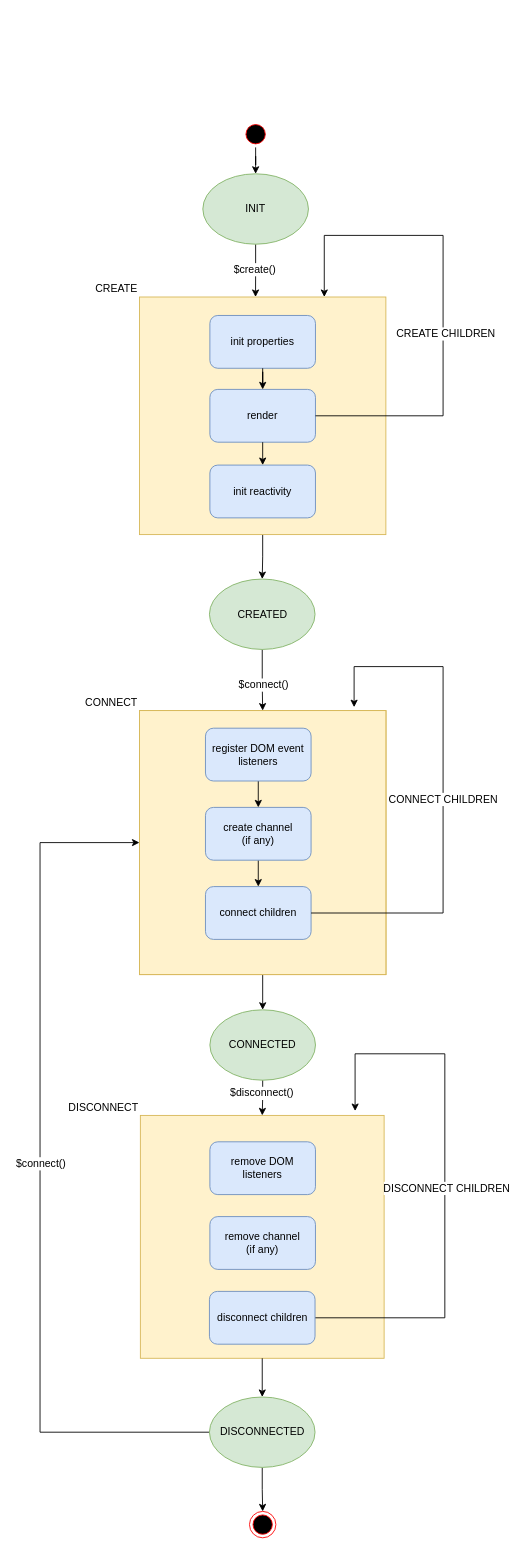
bstefanescu/qutejs keeps this draw.io diagram as web/doc/docs/qute.drawio. Above is the earlier version. Source tidied: cells renumbered, new cells numbered last; positions are measured from the earlier drawing's top-left corner, leaving out a move shared by most shapes. Both pictures are drawn from the tidied source at 88%, with x=0, y=0 at pixel (40, 121).
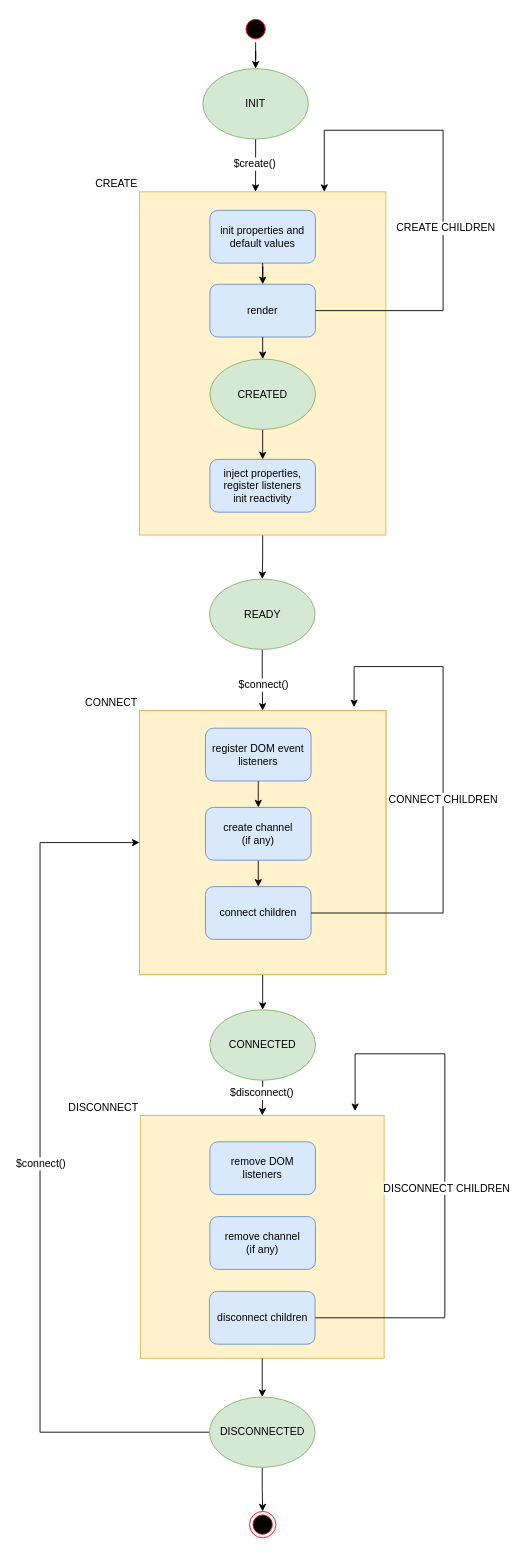
After the change.

What changed in the source:
```diff
@@
     <mxCell id="4" style="ellipse;html=1;shape=startState;fillColor=#000000;strokeColor=#ff0000;" parent="1" vertex="1">
-      <mxGeometry x="230" width="30" height="30" as="geometry" />
+      <mxGeometry x="230" y="-119.5" width="30" height="30" as="geometry" />
     </mxCell>
@@
-    <mxCell id="7" value="CREATED" style="ellipse;whiteSpace=wrap;html=1;fillColor=#d5e8d4;strokeColor=#82b366;" parent="1" vertex="1">
+    <mxCell id="7" value="READY" style="ellipse;whiteSpace=wrap;html=1;fillColor=#d5e8d4;strokeColor=#82b366;" parent="1" vertex="1">
       <mxGeometry x="192.5" y="520.5" width="120" height="80" as="geometry" />
     </mxCell>
@@
     <mxCell id="15" value="INIT" style="ellipse;whiteSpace=wrap;html=1;labelBackgroundColor=none;fillColor=#d5e8d4;strokeColor=#82b366;" parent="1" vertex="1">
-      <mxGeometry x="185" y="60" width="120" height="80" as="geometry" />
+      <mxGeometry x="185" y="-59.5" width="120" height="80" as="geometry" />
     </mxCell>
     <mxCell id="16" value="CREATE" style="rounded=0;whiteSpace=wrap;html=1;labelPosition=left;verticalLabelPosition=top;align=right;verticalAlign=bottom;fillColor=#fff2cc;strokeColor=#d6b656;" parent="1" vertex="1">
-      <mxGeometry x="113" y="200" width="280" height="270" as="geometry" />
+      <mxGeometry x="113" y="80.5" width="280" height="390" as="geometry" />
     </mxCell>
-    <mxCell id="17" value="init properties" style="rounded=1;whiteSpace=wrap;html=1;fillColor=#dae8fc;strokeColor=#6c8ebf;" parent="1" vertex="1">
-      <mxGeometry x="193" y="221" width="120" height="60" as="geometry" />
+    <mxCell id="17" value="init properties and default values" style="rounded=1;whiteSpace=wrap;html=1;fillColor=#dae8fc;strokeColor=#6c8ebf;" parent="1" vertex="1">
+      <mxGeometry x="193" y="101.5" width="120" height="60" as="geometry" />
     </mxCell>
-    <mxCell id="18" value="init reactivity" style="rounded=1;whiteSpace=wrap;html=1;fillColor=#dae8fc;strokeColor=#6c8ebf;" parent="1" vertex="1">
-      <mxGeometry x="193" y="391" width="120" height="60" as="geometry" />
+    <mxCell id="18" value="inject properties, register listeners &lt;br&gt;init reactivity" style="rounded=1;whiteSpace=wrap;html=1;fillColor=#dae8fc;strokeColor=#6c8ebf;" parent="1" vertex="1">
+      <mxGeometry x="193" y="384.5" width="120" height="60" as="geometry" />
     </mxCell>
     <mxCell id="19" value="render" style="rounded=1;whiteSpace=wrap;html=1;fillColor=#dae8fc;strokeColor=#6c8ebf;" parent="1" vertex="1">
-      <mxGeometry x="193" y="305" width="120" height="60" as="geometry" />
+      <mxGeometry x="193" y="185.5" width="120" height="60" as="geometry" />
     </mxCell>
     <mxCell id="20" style="edgeStyle=orthogonalEdgeStyle;rounded=0;jettySize=auto;html=1;exitX=1;exitY=0.5;exitDx=0;exitDy=0;entryX=0.75;entryY=0;entryDx=0;entryDy=0;" parent="1" edge="1" source="19" target="16">
       <mxGeometry relative="1" as="geometry">
         <Array as="points">
-          <mxPoint x="458" y="335" />
-          <mxPoint x="458" y="130" />
-          <mxPoint x="323" y="130" />
+          <mxPoint x="458" y="215.5" />
+          <mxPoint x="458" y="10.5" />
+          <mxPoint x="323" y="10.5" />
         </Array>
       </mxGeometry>
     </mxCell>
@@
-    <mxCell id="23" style="edgeStyle=orthogonalEdgeStyle;rounded=0;jettySize=auto;html=1;exitX=0.5;exitY=1;exitDx=0;exitDy=0;entryX=0.5;entryY=0;entryDx=0;entryDy=0;" parent="1" edge="1" source="19" target="18">
+    <mxCell id="23" style="edgeStyle=orthogonalEdgeStyle;rounded=0;jettySize=auto;html=1;exitX=0.5;exitY=1;exitDx=0;exitDy=0;entryX=0.5;entryY=0;entryDx=0;entryDy=0;" parent="1" edge="1" source="45" target="18">
       <mxGeometry relative="1" as="geometry" />
     </mxCell>
@@
+    <mxCell id="45" value="CREATED" style="ellipse;whiteSpace=wrap;html=1;fillColor=#d5e8d4;strokeColor=#82b366;" parent="1" vertex="1">
+      <mxGeometry x="193" y="270.5" width="120" height="80" as="geometry" />
+    </mxCell>
+    <mxCell id="46" style="edgeStyle=orthogonalEdgeStyle;rounded=0;jettySize=auto;html=1;exitX=0.5;exitY=1;exitDx=0;exitDy=0;entryX=0.5;entryY=0;entryDx=0;entryDy=0;" parent="1" edge="1" source="19" target="45">
+      <mxGeometry relative="1" as="geometry" />
+    </mxCell>
```
